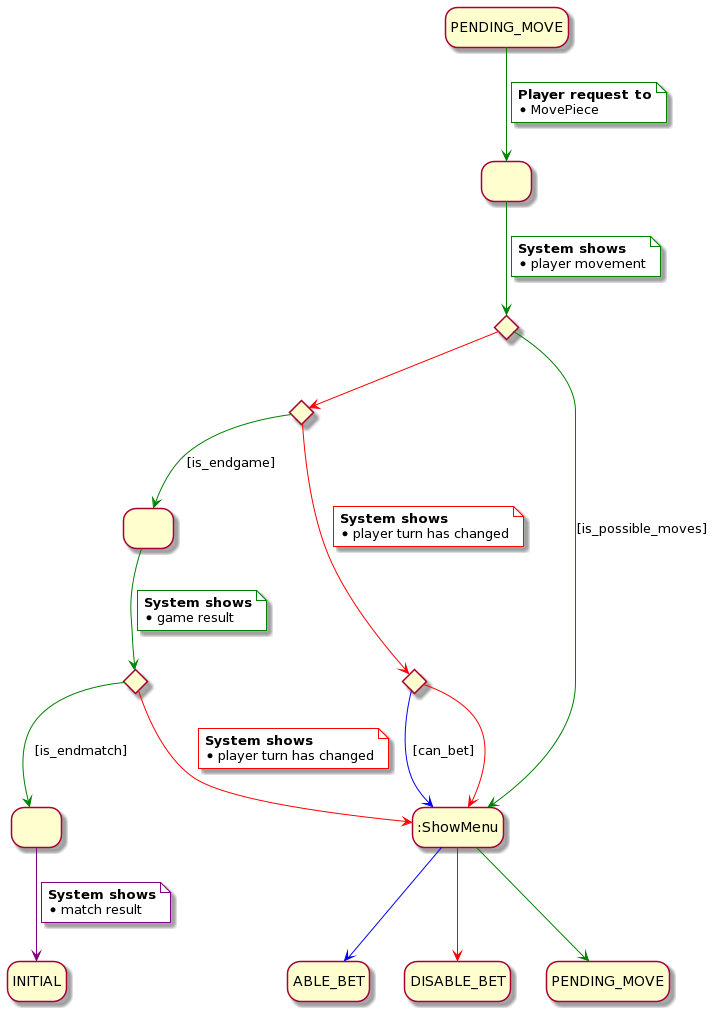
This is rup/usecase/move_piece.png from USantaTecla-game-backgammon/backgammon, a PlantUML export, as it was before one commit.
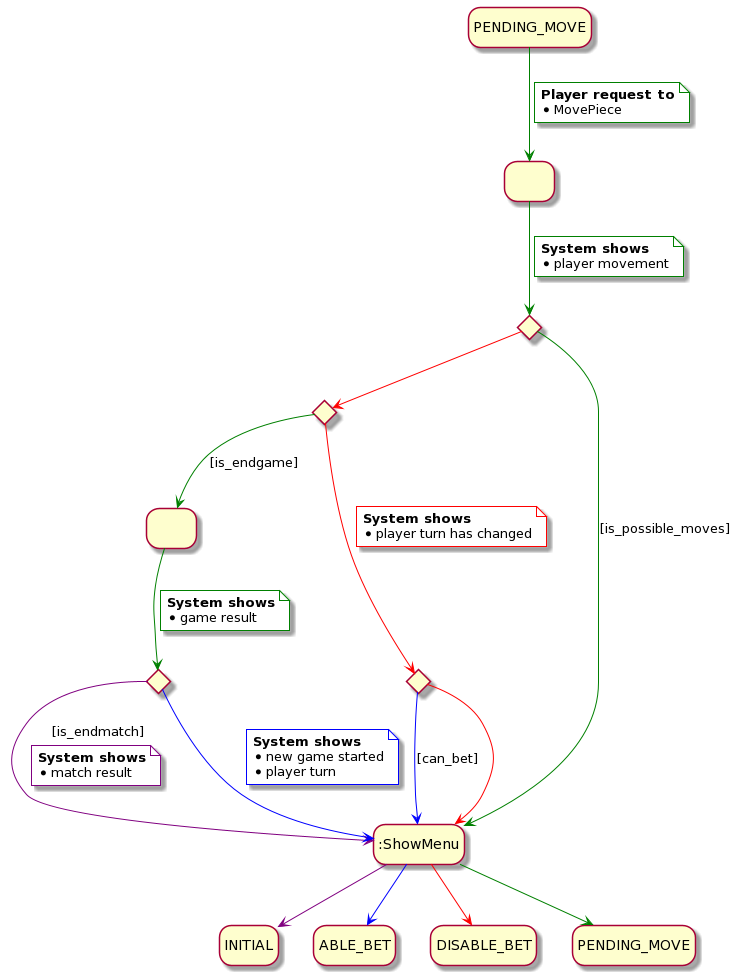
Later version of the same file.

What changed in the source:
```diff
@@ -9,7 +9,6 @@
 
 state " " as 1
 state " " as endgame
-state " " as endmatch
 
 state is_endgame <<choice>>
 state is_endmatch <<choice>>
@@ -37,16 +36,16 @@
     * player turn has changed
 end note
 
-is_endmatch -[#green]-> endmatch : [is_endmatch]
-endmatch -[#purple]-> INITIAL
+is_endmatch -[#purple]-> :ShowMenu : [is_endmatch]
 note on link #white
     <b>System shows</b>
     * match result
 end note
-is_endmatch -[#red]-> :ShowMenu
+is_endmatch -[#blue]-> :ShowMenu
 note on link #white
     <b>System shows</b>
-    * player turn has changed
+    * new game started
+    * player turn
 end note
 
 can_bet -[#blue]-> :ShowMenu : [can_bet]
@@ -59,6 +58,7 @@
     * MovePiece
 end note
 
+:ShowMenu -[#purple]-> INITIAL
 :ShowMenu -[#red]-> DISABLE_BET
 :ShowMenu -[#blue]-> ABLE_BET
 :ShowMenu -[#green]->  PENDING_MOVE2
```
